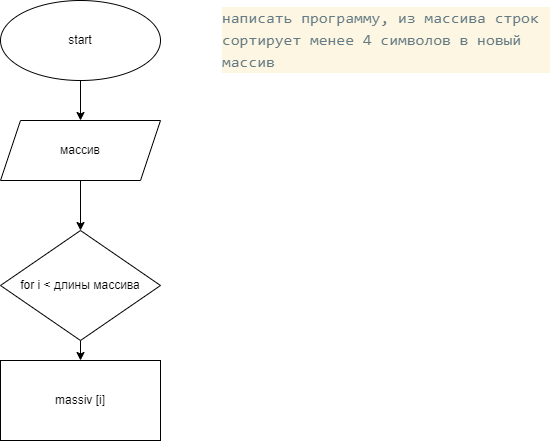
Before: diagram.drawio.png, a diagram exported from draw.io (SavvaNatalija/final). Source tidied: cells renumbered, new cells last; positions are measured from the earlier drawing's top-left corner, leaving out a move shared by most shapes. The source it was exported from:
```xml
<mxGraphModel>
  <root>
    <mxCell id="0" />
    <mxCell id="1" parent="0" />
    <mxCell id="2" style="edgeStyle=none;html=1;" parent="1" edge="1" source="3">
      <mxGeometry relative="1" as="geometry">
        <mxPoint x="80" y="120" as="targetPoint" />
      </mxGeometry>
    </mxCell>
    <mxCell id="3" value="start" style="ellipse;whiteSpace=wrap;html=1;" parent="1" vertex="1">
      <mxGeometry width="160" height="80" as="geometry" />
    </mxCell>
    <mxCell id="4" style="edgeStyle=none;html=1;" parent="1" edge="1">
      <mxGeometry relative="1" as="geometry">
        <mxPoint x="80" y="180" as="sourcePoint" />
        <mxPoint x="80" y="230" as="targetPoint" />
      </mxGeometry>
    </mxCell>
    <mxCell id="5" value="&lt;div style=&quot;color: rgb(101 , 123 , 131) ; background-color: rgb(253 , 246 , 227) ; font-family: &amp;#34;consolas&amp;#34; , &amp;#34;courier new&amp;#34; , monospace ; font-weight: normal ; font-size: 16px ; line-height: 22px&quot;&gt;написать программу, из массива строк сортирует менее 4 символов в новый массив&lt;/div&gt;" style="text;whiteSpace=wrap;html=1;" parent="1" vertex="1">
      <mxGeometry x="220" width="330" height="320" as="geometry" />
    </mxCell>
    <mxCell id="6" value="массив" style="shape=parallelogram;perimeter=parallelogramPerimeter;whiteSpace=wrap;html=1;fixedSize=1;" parent="1" vertex="1">
      <mxGeometry y="120" width="160" height="60" as="geometry" />
    </mxCell>
    <mxCell id="7" style="edgeStyle=none;html=1;" parent="1" edge="1" source="8" target="9">
      <mxGeometry relative="1" as="geometry" />
    </mxCell>
    <mxCell id="8" value="for i &amp;lt; длины массива&lt;br&gt;" style="rhombus;whiteSpace=wrap;html=1;" parent="1" vertex="1">
      <mxGeometry y="230" width="160" height="110" as="geometry" />
    </mxCell>
    <mxCell id="9" value="massiv [i]" style="whiteSpace=wrap;html=1;" parent="1" vertex="1">
      <mxGeometry y="360" width="160" height="80" as="geometry" />
    </mxCell>
  </root>
</mxGraphModel>
```
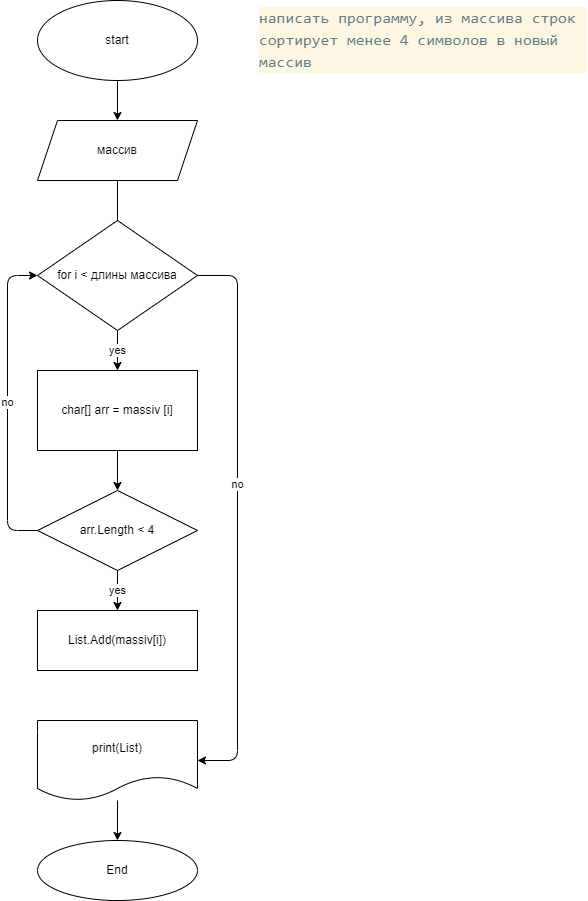
The same file after the commit.

Commit message:
добавлен файл readme

What changed in the source:
```diff
@@ -22,14 +22,54 @@
     <mxCell id="6" value="массив" style="shape=parallelogram;perimeter=parallelogramPerimeter;whiteSpace=wrap;html=1;fixedSize=1;" parent="1" vertex="1">
       <mxGeometry y="120" width="160" height="60" as="geometry" />
     </mxCell>
-    <mxCell id="7" style="edgeStyle=none;html=1;" parent="1" edge="1" source="8" target="9">
+    <mxCell id="7" value="yes" style="edgeStyle=none;html=1;" parent="1" edge="1" source="8" target="9">
       <mxGeometry relative="1" as="geometry" />
     </mxCell>
     <mxCell id="8" value="for i &amp;lt; длины массива&lt;br&gt;" style="rhombus;whiteSpace=wrap;html=1;" parent="1" vertex="1">
-      <mxGeometry y="230" width="160" height="110" as="geometry" />
+      <mxGeometry y="220" width="160" height="110" as="geometry" />
     </mxCell>
+    <mxCell id="10" style="edgeStyle=none;html=1;" parent="1" edge="1" source="9" target="12">
+      <mxGeometry relative="1" as="geometry" />
+    </mxCell>
-    <mxCell id="9" value="massiv [i]" style="whiteSpace=wrap;html=1;" parent="1" vertex="1">
-      <mxGeometry y="360" width="160" height="80" as="geometry" />
+    <mxCell id="9" value="char[] arr = massiv [i]" style="whiteSpace=wrap;html=1;" parent="1" vertex="1">
+      <mxGeometry y="370" width="160" height="80" as="geometry" />
     </mxCell>
+    <mxCell id="11" value="yes" style="edgeStyle=none;html=1;" parent="1" edge="1" source="12" target="13">
+      <mxGeometry relative="1" as="geometry" />
+    </mxCell>
+    <mxCell id="12" value="arr.Length &amp;lt; 4" style="rhombus;whiteSpace=wrap;html=1;" parent="1" vertex="1">
+      <mxGeometry y="490" width="160" height="80" as="geometry" />
+    </mxCell>
+    <mxCell id="13" value="List.Add(massiv[i])" style="whiteSpace=wrap;html=1;" parent="1" vertex="1">
+      <mxGeometry y="610" width="160" height="60" as="geometry" />
+    </mxCell>
+    <mxCell id="14" style="edgeStyle=none;html=1;" parent="1" edge="1" source="15" target="16">
+      <mxGeometry relative="1" as="geometry" />
+    </mxCell>
+    <mxCell id="15" value="print(List)" style="shape=document;whiteSpace=wrap;html=1;boundedLbl=1;" parent="1" vertex="1">
+      <mxGeometry y="720" width="160" height="80" as="geometry" />
+    </mxCell>
+    <mxCell id="16" value="End" style="ellipse;whiteSpace=wrap;html=1;" parent="1" vertex="1">
+      <mxGeometry y="840" width="160" height="60" as="geometry" />
+    </mxCell>
+    <mxCell id="17" style="endArrow=classic;html=1;exitX=1;exitY=0.5;exitDx=0;exitDy=0;entryX=1;entryY=0.5;entryDx=0;entryDy=0;" parent="1" edge="1" source="8" target="15">
+      <mxGeometry relative="1" as="geometry">
+        <Array as="points">
+          <mxPoint x="200" y="275" />
+          <mxPoint x="200" y="760" />
+        </Array>
+      </mxGeometry>
+    </mxCell>
+    <mxCell id="18" value="no" style="edgeLabel;html=1;align=center;verticalAlign=middle;" parent="17" vertex="1">
+      <mxGeometry x="-0.12" y="-1" relative="1" as="geometry" />
+    </mxCell>
+    <mxCell id="19" value="no" style="endArrow=classic;html=1;entryX=0;entryY=0.5;entryDx=0;entryDy=0;exitX=0;exitY=0.5;exitDx=0;exitDy=0;" parent="1" edge="1" source="12" target="8">
+      <mxGeometry relative="1" as="geometry">
+        <Array as="points">
+          <mxPoint x="-30" y="530" />
+          <mxPoint x="-30" y="275" />
+        </Array>
+      </mxGeometry>
+    </mxCell>
   </root>
 </mxGraphModel>
```
